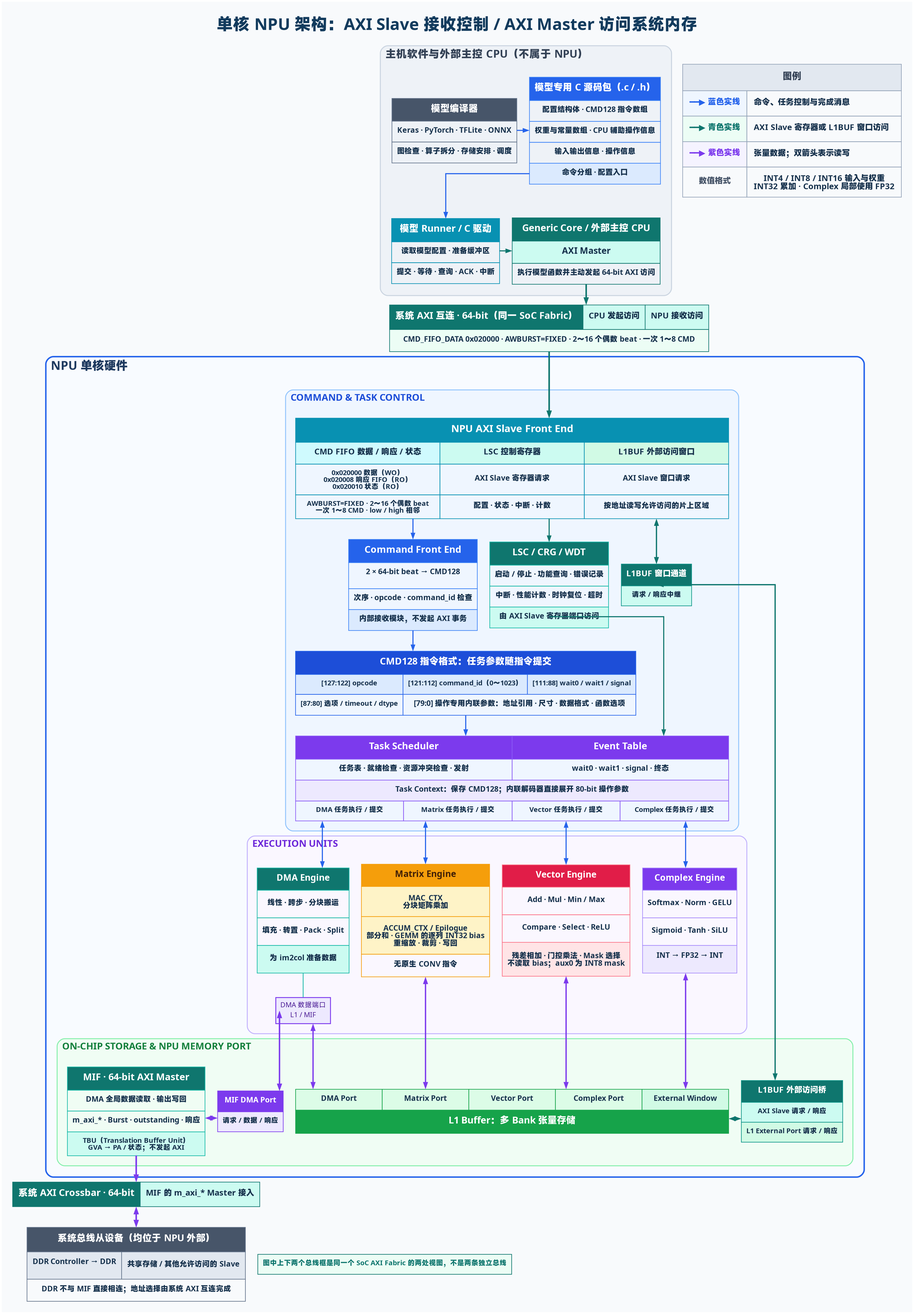
Before: NPU/assets/npu_single_core_architecture_ppt.png, a diagram exported from Graphviz (Little-W/Obsidian). Its source is kept beside it as NPU/assets/npu_single_core_architecture_ppt.dot.
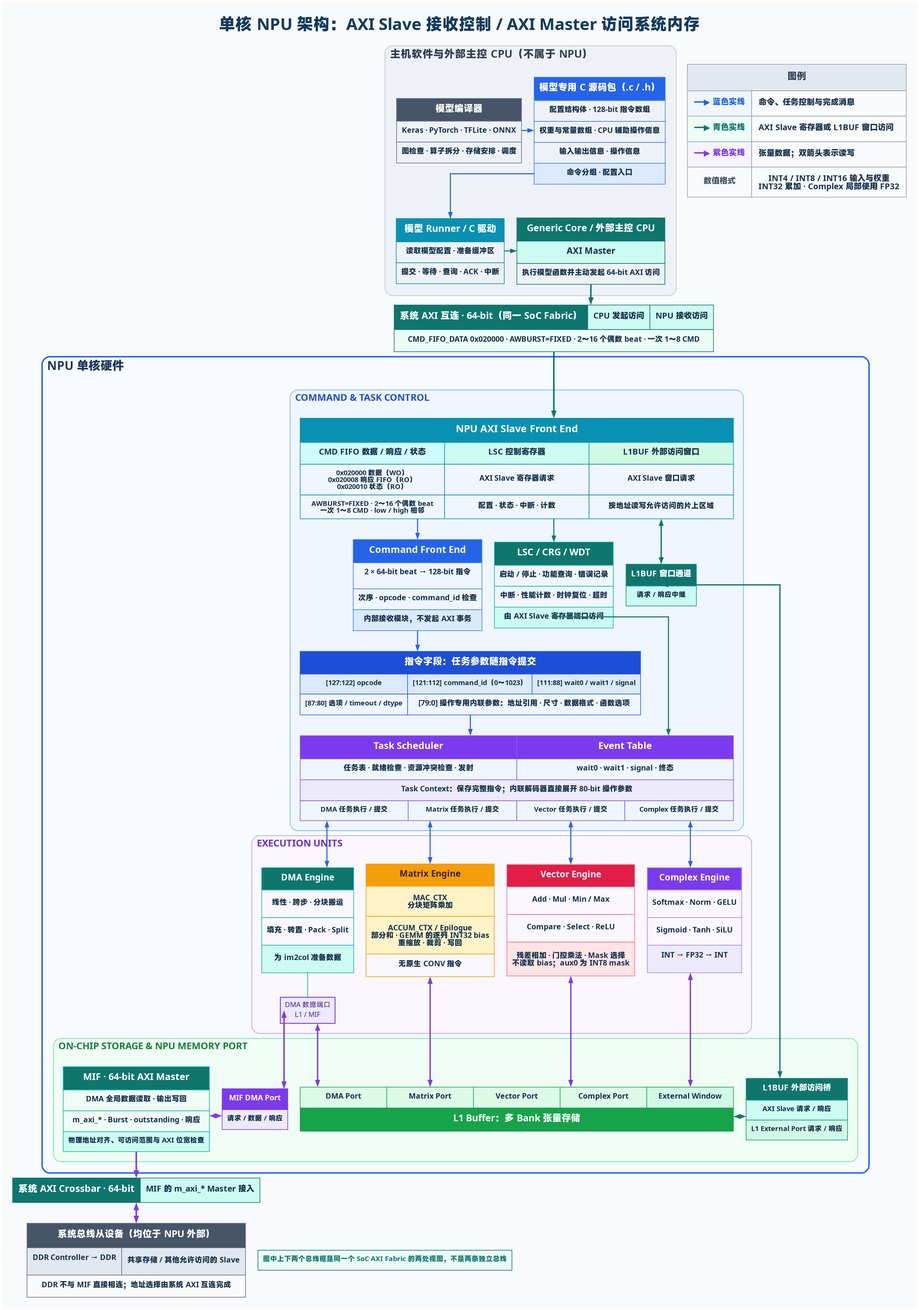
Above is the later version.

What changed in the source:
```diff
@@ -67,7 +67,7 @@
       label=<
         <TABLE BORDER="0" CELLBORDER="1" CELLSPACING="0" CELLPADDING="7" COLOR="#3B82F6">
           <TR><TD BGCOLOR="#2563EB" VALIGN="MIDDLE"><FONT FACE="Microsoft YaHei" COLOR="#FFFFFF" POINT-SIZE="15"><B>模型专用 C 源码包（.c / .h）</B></FONT></TD></TR>
-          <TR><TD VALIGN="MIDDLE"><FONT FACE="Microsoft YaHei" POINT-SIZE="12"><B>配置结构体 · CMD128 指令数组</B></FONT></TD></TR>
+          <TR><TD VALIGN="MIDDLE"><FONT FACE="Microsoft YaHei" POINT-SIZE="12"><B>配置结构体 · 128-bit 指令数组</B></FONT></TD></TR>
           <TR><TD VALIGN="MIDDLE"><FONT FACE="Microsoft YaHei" POINT-SIZE="12"><B>权重与常量数组 · CPU 辅助操作信息</B></FONT></TD></TR>
           <TR><TD VALIGN="MIDDLE"><FONT FACE="Microsoft YaHei" POINT-SIZE="12"><B>输入输出信息 · 操作信息</B></FONT></TD></TR>
           <TR><TD BGCOLOR="#DBEAFE" VALIGN="MIDDLE"><FONT FACE="Microsoft YaHei" POINT-SIZE="12"><B>命令分组 · 配置入口</B></FONT></TD></TR>
@@ -221,7 +221,7 @@
         label=<
           <TABLE BORDER="0" CELLBORDER="1" CELLSPACING="0" CELLPADDING="7" COLOR="#3B82F6">
             <TR><TD BGCOLOR="#2563EB" VALIGN="MIDDLE"><FONT FACE="Microsoft YaHei" COLOR="#FFFFFF" POINT-SIZE="15"><B>Command Front End</B></FONT></TD></TR>
-            <TR><TD VALIGN="MIDDLE"><FONT FACE="Microsoft YaHei" POINT-SIZE="12"><B>2 × 64-bit beat → CMD128</B></FONT></TD></TR>
+            <TR><TD VALIGN="MIDDLE"><FONT FACE="Microsoft YaHei" POINT-SIZE="12"><B>2 × 64-bit beat → 128-bit 指令</B></FONT></TD></TR>
             <TR><TD VALIGN="MIDDLE"><FONT FACE="Microsoft YaHei" POINT-SIZE="12"><B>次序 · opcode · command_id 检查</B></FONT></TD></TR>
             <TR><TD BGCOLOR="#DBEAFE" VALIGN="MIDDLE"><FONT FACE="Microsoft YaHei" POINT-SIZE="12"><B>内部接收模块，不发起 AXI 事务</B></FONT></TD></TR>
           </TABLE>
@@ -232,7 +232,7 @@
         shape=plain,
         label=<
           <TABLE BORDER="0" CELLBORDER="1" CELLSPACING="0" CELLPADDING="7" COLOR="#2563EB">
-            <TR><TD COLSPAN="4" BGCOLOR="#1D4ED8" VALIGN="MIDDLE"><FONT FACE="Microsoft YaHei" COLOR="#FFFFFF" POINT-SIZE="15"><B>CMD128 指令格式：任务参数随指令提交</B></FONT></TD></TR>
+            <TR><TD COLSPAN="4" BGCOLOR="#1D4ED8" VALIGN="MIDDLE"><FONT FACE="Microsoft YaHei" COLOR="#FFFFFF" POINT-SIZE="15"><B>指令字段：任务参数随指令提交</B></FONT></TD></TR>
             <TR>
               <TD COLSPAN="2" BGCOLOR="#DBEAFE" VALIGN="MIDDLE"><FONT FACE="Microsoft YaHei" POINT-SIZE="11"><B>[127:122] opcode</B></FONT></TD>
               <TD BGCOLOR="#DBEAFE" VALIGN="MIDDLE"><FONT FACE="Microsoft YaHei" POINT-SIZE="11"><B>[121:112] command_id（0～1023）</B></FONT></TD>
@@ -281,7 +281,7 @@
               <TD COLSPAN="2" VALIGN="MIDDLE"><FONT FACE="Microsoft YaHei" POINT-SIZE="12"><B>wait0 · wait1 · signal · 终态</B></FONT></TD>
             </TR>
             <TR>
-              <TD COLSPAN="4" BGCOLOR="#EDE9FE" VALIGN="MIDDLE"><FONT FACE="Microsoft YaHei" POINT-SIZE="12"><B>Task Context：保存 CMD128；内联解码器直接展开 80-bit 操作参数</B></FONT></TD>
+              <TD COLSPAN="4" BGCOLOR="#EDE9FE" VALIGN="MIDDLE"><FONT FACE="Microsoft YaHei" POINT-SIZE="12"><B>Task Context：保存完整指令；内联解码器直接展开 80-bit 操作参数</B></FONT></TD>
             </TR>
             <TR>
               <TD PORT="dma_task" WIDTH="172" VALIGN="MIDDLE"><FONT FACE="Microsoft YaHei" POINT-SIZE="11"><B>DMA 任务执行 / 提交</B></FONT></TD>
@@ -482,14 +482,14 @@
         >
       ];
 
-      mif_tbu [
+      mif_master [
         shape=plain,
         label=<
           <TABLE BORDER="0" CELLBORDER="1" CELLSPACING="0" CELLPADDING="7" COLOR="#14B8A6">
             <TR><TD BGCOLOR="#0F766E" VALIGN="MIDDLE"><FONT FACE="Microsoft YaHei" COLOR="#FFFFFF" POINT-SIZE="15"><B>MIF · 64-bit AXI Master</B></FONT></TD></TR>
             <TR><TD VALIGN="MIDDLE"><FONT FACE="Microsoft YaHei" POINT-SIZE="12"><B>DMA 全局数据读取 · 输出写回</B></FONT></TD></TR>
             <TR><TD VALIGN="MIDDLE"><FONT FACE="Microsoft YaHei" POINT-SIZE="12"><B>m_axi_* · Burst · outstanding · 响应</B></FONT></TD></TR>
-            <TR><TD BGCOLOR="#CCFBF1" VALIGN="MIDDLE"><FONT FACE="Microsoft YaHei" POINT-SIZE="11"><B>TBU（Translation Buffer Unit）<BR/>GVA → PA / 状态；不发起 AXI</B></FONT></TD></TR>
+            <TR><TD BGCOLOR="#CCFBF1" VALIGN="MIDDLE"><FONT FACE="Microsoft YaHei" POINT-SIZE="11"><B>物理地址对齐、可访问范围与 AXI 位宽检查</B></FONT></TD></TR>
           </TABLE>
         >
       ];
@@ -504,8 +504,8 @@
         >
       ];
 
-      { rank=same; mif_tbu; mif_dma_port; l1; l1_bridge; }
-      mif_tbu -> mif_dma_port [style=invis, weight=20];
+      { rank=same; mif_master; mif_dma_port; l1; l1_bridge; }
+      mif_master -> mif_dma_port [style=invis, weight=20];
       mif_dma_port -> l1 [style=invis, weight=20];
       l1 -> l1_bridge [style=invis, weight=20];
 
@@ -558,7 +558,7 @@
       constraint=false
     ];
 
-    mif_tbu:e -> mif_dma_port:w [
+    mif_master:e -> mif_dma_port:w [
       color="#7C3AED",
       dir=both,
       arrowhead=normal,
@@ -623,7 +623,7 @@
     >
   ];
 
-  mif_tbu -> axi_bus_out [
+  mif_master -> axi_bus_out [
     color="#7C3AED",
     penwidth=2.5
   ];
```
